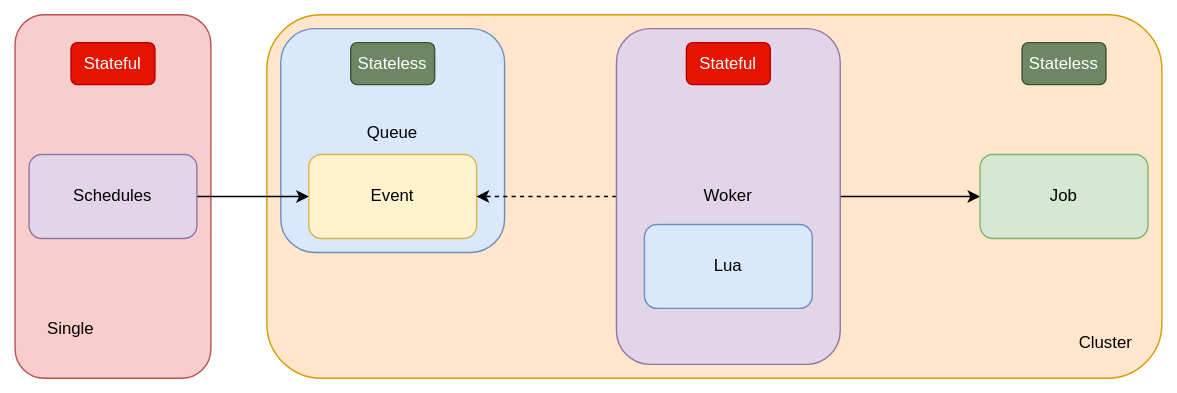
Before: docs/superdock-schedule.drawio.svg, a diagram exported from draw.io (sb-im/gosd). Source tidied: cells renumbered, new cells last; positions are measured from the earlier drawing's top-left corner, leaving out a move shared by most shapes.
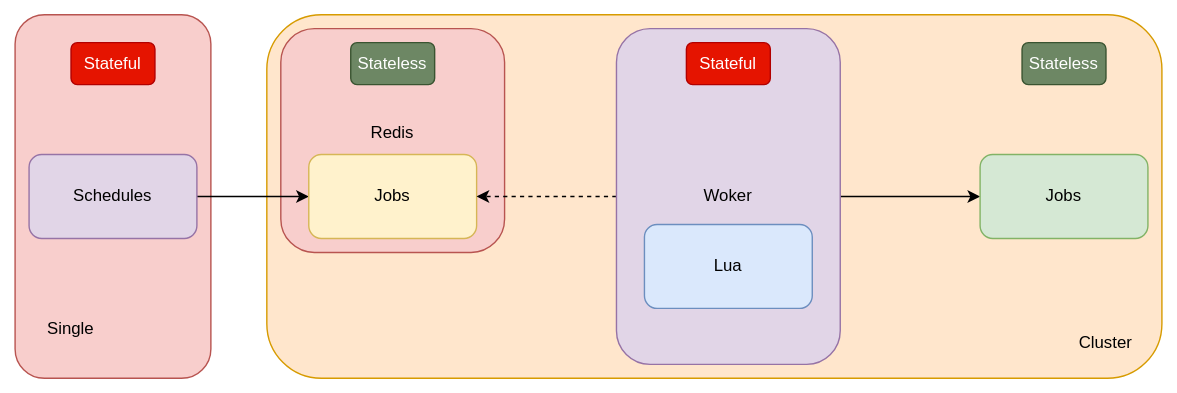
The same diagram one commit later.

The edit, as a diff of the source:
```diff
@@ -8,7 +8,7 @@
     <mxCell id="3" style="rounded=1;whiteSpace=wrap;html=1;fillColor=#f8cecc;strokeColor=#b85450;" parent="1" vertex="1">
       <mxGeometry width="140" height="260" as="geometry" />
     </mxCell>
-    <mxCell id="4" style="rounded=1;whiteSpace=wrap;html=1;fillColor=#dae8fc;strokeColor=#6c8ebf;" parent="1" vertex="1">
+    <mxCell id="4" style="rounded=1;whiteSpace=wrap;html=1;fillColor=#f8cecc;strokeColor=#b85450;" parent="1" vertex="1">
       <mxGeometry x="190" y="10" width="160" height="160" as="geometry" />
     </mxCell>
     <mxCell id="5" style="edgeStyle=orthogonalEdgeStyle;rounded=0;jettySize=auto;html=1;" parent="1" edge="1" source="6" target="7">
@@ -17,7 +17,7 @@
     <mxCell id="6" value="Schedules" style="rounded=1;whiteSpace=wrap;html=1;fillColor=#e1d5e7;strokeColor=#9673a6;" parent="1" vertex="1">
       <mxGeometry x="10" y="100" width="120" height="60" as="geometry" />
     </mxCell>
-    <mxCell id="7" value="Event" style="whiteSpace=wrap;html=1;rounded=1;fillColor=#fff2cc;strokeColor=#d6b656;" parent="1" vertex="1">
+    <mxCell id="7" value="Jobs" style="whiteSpace=wrap;html=1;rounded=1;fillColor=#fff2cc;strokeColor=#d6b656;" parent="1" vertex="1">
       <mxGeometry x="210" y="100" width="120" height="60" as="geometry" />
     </mxCell>
     <mxCell id="8" style="edgeStyle=orthogonalEdgeStyle;rounded=0;jettySize=auto;html=1;" parent="1" edge="1" source="10" target="11">
@@ -29,13 +29,13 @@
     <mxCell id="10" value="Woker" style="whiteSpace=wrap;html=1;rounded=1;fillColor=#e1d5e7;strokeColor=#9673a6;" parent="1" vertex="1">
       <mxGeometry x="430" y="10" width="160" height="240" as="geometry" />
     </mxCell>
-    <mxCell id="11" value="Job" style="whiteSpace=wrap;html=1;rounded=1;fillColor=#d5e8d4;strokeColor=#82b366;" parent="1" vertex="1">
+    <mxCell id="11" value="Jobs" style="whiteSpace=wrap;html=1;rounded=1;fillColor=#d5e8d4;strokeColor=#82b366;" parent="1" vertex="1">
       <mxGeometry x="690" y="100" width="120" height="60" as="geometry" />
     </mxCell>
     <mxCell id="12" value="Lua" style="rounded=1;whiteSpace=wrap;html=1;fillColor=#dae8fc;strokeColor=#6c8ebf;" parent="1" vertex="1">
       <mxGeometry x="450" y="150" width="120" height="60" as="geometry" />
     </mxCell>
-    <mxCell id="13" value="Queue" style="text;html=1;strokeColor=none;fillColor=none;align=center;verticalAlign=middle;whiteSpace=wrap;rounded=0;" parent="1" vertex="1">
+    <mxCell id="13" value="Redis" style="text;html=1;strokeColor=none;fillColor=none;align=center;verticalAlign=middle;whiteSpace=wrap;rounded=0;" parent="1" vertex="1">
       <mxGeometry x="240" y="70" width="60" height="30" as="geometry" />
     </mxCell>
     <mxCell id="14" value="Single" style="text;html=1;strokeColor=none;fillColor=none;align=center;verticalAlign=middle;whiteSpace=wrap;rounded=0;" parent="1" vertex="1">
```
